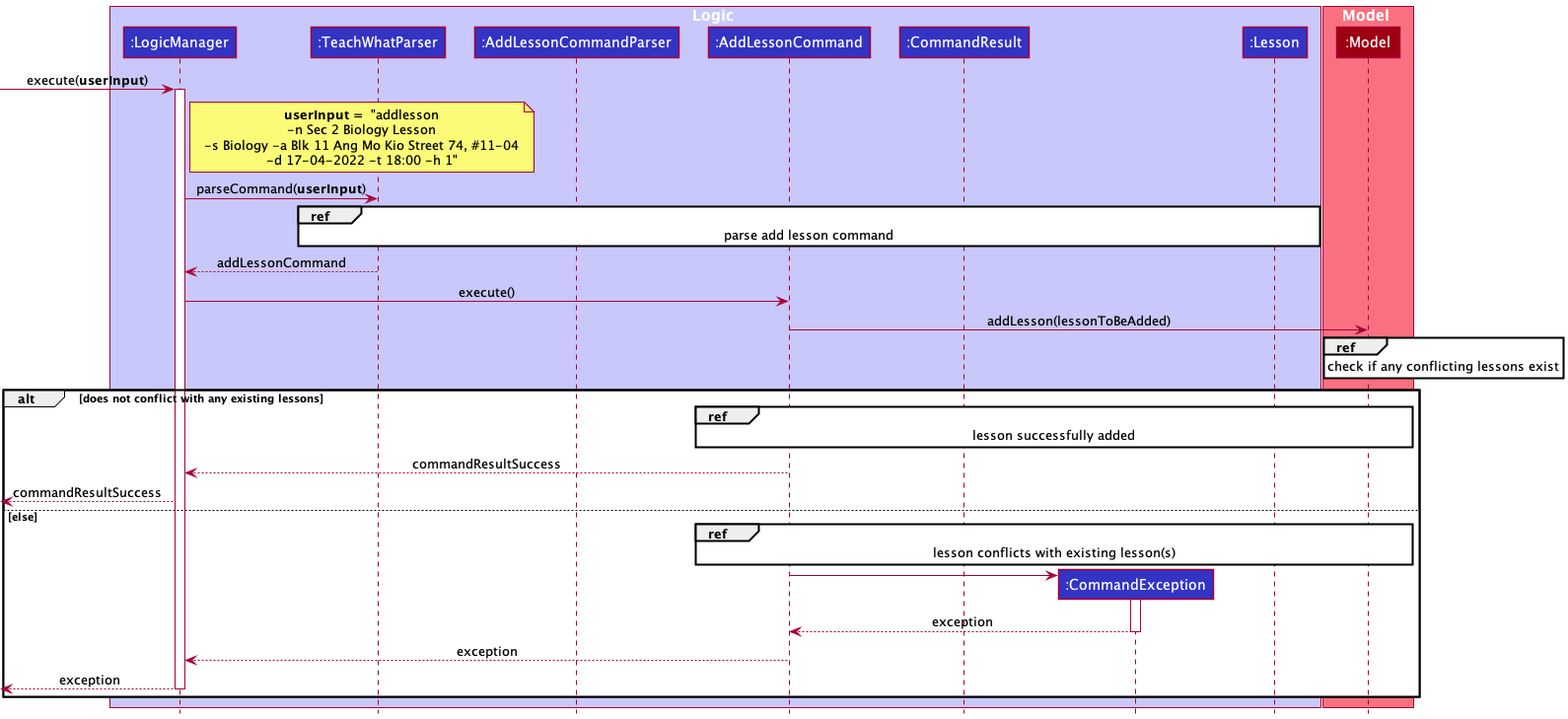
Before: docs/images/AddLessonSequenceDiagram_1.png, a diagram exported from PlantUML (nus-cs2103-AY2122S2/tp).
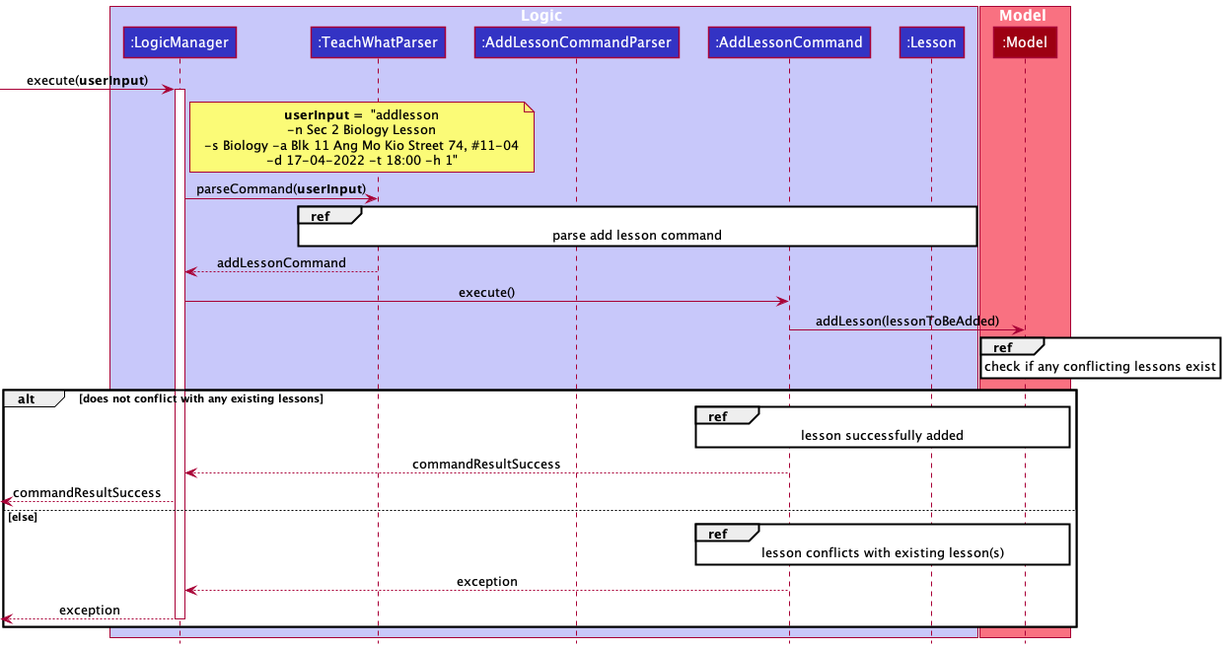
The same file after the commit.

Commit message:
Fix sequence diagrams

Change to the diagram source:
```diff
@@ -6,8 +6,6 @@
 participant ":TeachWhatParser" as TeachWhatParser LOGIC_COLOR
 participant ":AddLessonCommandParser" as AddLessonCommandParser LOGIC_COLOR
 participant ":AddLessonCommand" as AddLessonCommand LOGIC_COLOR
-participant ":CommandResult" as CommandResult LOGIC_COLOR
-participant ":CommandException" as CommandException LOGIC_COLOR
 participant ":Lesson" as Lesson LOGIC_COLOR
 end box
 
@@ -47,22 +45,15 @@
     end ref
 
     LogicManager <-- AddLessonCommand : commandResultSuccess
+    [<--LogicManager : commandResultSuccess
 
-    [<--LogicManager : commandResultSuccess
 else else
 
     ref over AddLessonCommand, Lesson, Model
         lesson conflicts with existing lesson(s)
     end ref
 
-    create CommandException
-    AddLessonCommand -> CommandException
-    activate CommandException
-    AddLessonCommand <-- CommandException : exception
-    deactivate CommandException
-
     LogicManager <-- AddLessonCommand : exception
-
     [<--LogicManager : exception
 
     deactivate LogicManager
```
